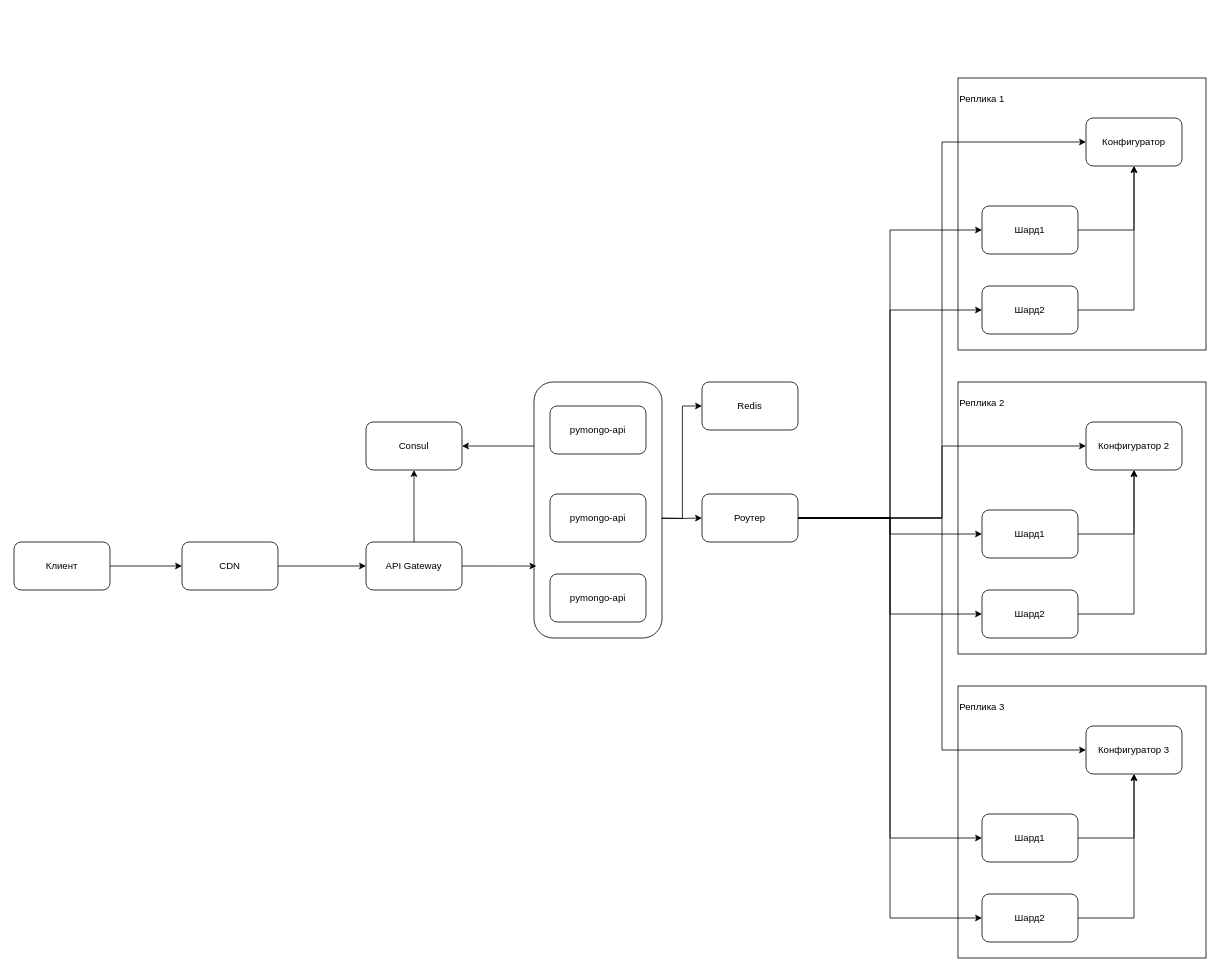
boormistr/yp_sprint2 keeps this draw.io diagram as task6FINAL.drawio. Above is the earlier version. Source tidied: cells renumbered, new cells numbered last; positions are measured from the earlier drawing's top-left corner, leaving out a move shared by most shapes. Both pictures are drawn from the tidied source at 80%, with x=0, y=0 at pixel (14, 78).
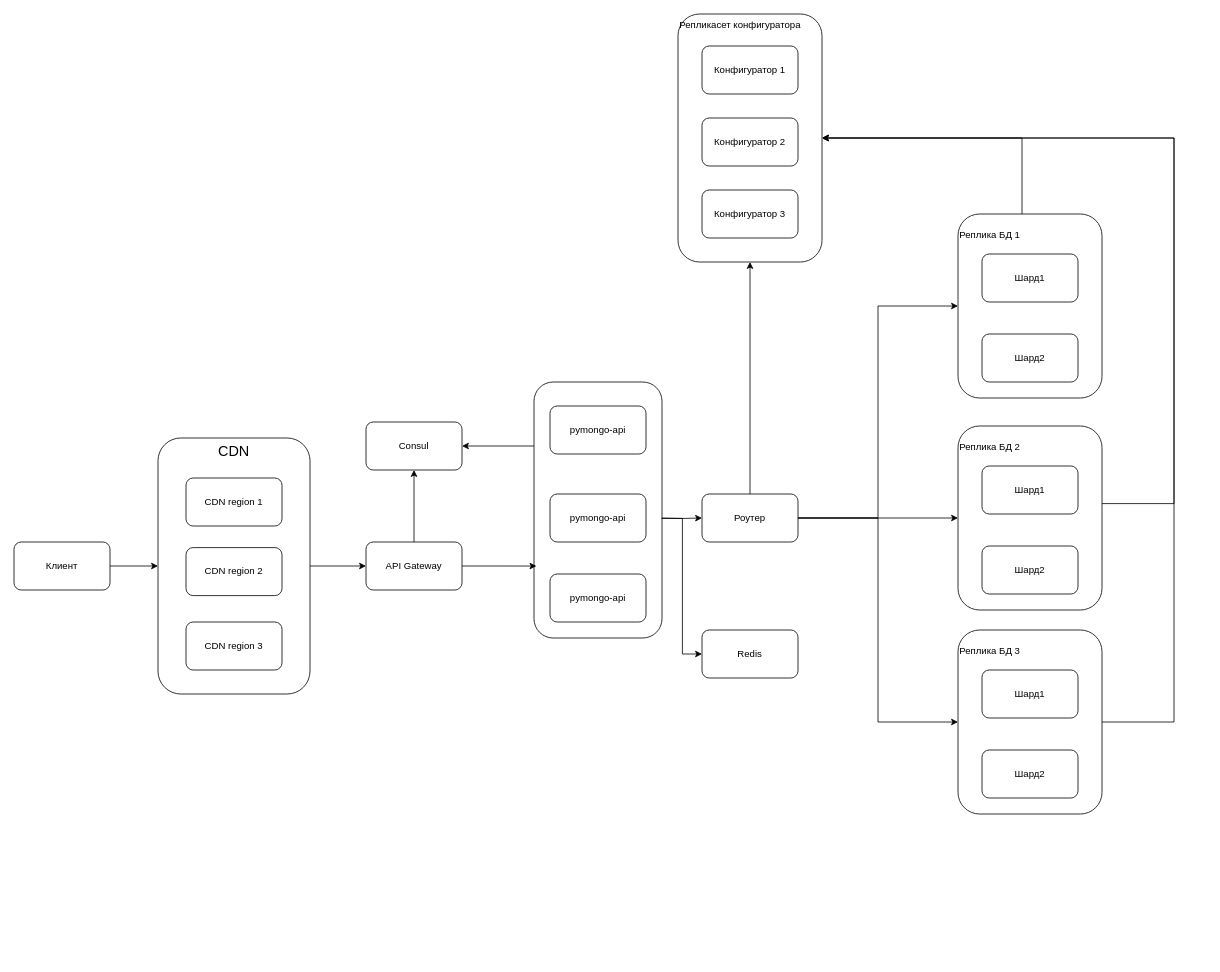
After the change.

The change refers to these unchanged cells:
```xml
<mxCell id="19" value="Роутер" style="rounded=1;whiteSpace=wrap;html=1;" parent="1" vertex="1">
  <mxGeometry x="860" y="520" width="120" height="60" as="geometry" />
</mxCell>
<mxCell id="39" value="API Gateway" style="rounded=1;whiteSpace=wrap;html=1;" parent="1" vertex="1">
  <mxGeometry x="440" y="580" width="120" height="60" as="geometry" />
</mxCell>
<mxCell id="45" value="Клиент" style="rounded=1;whiteSpace=wrap;html=1;" parent="1" vertex="1">
  <mxGeometry y="580" width="120" height="60" as="geometry" />
</mxCell>
```

The edit, as a diff of the source:
```diff
@@
+    <mxCell id="46" value="Репликасет конфигуратора" style="rounded=1;whiteSpace=wrap;html=1;align=left;verticalAlign=top;" parent="1" vertex="1">
+      <mxGeometry x="830" y="-80" width="180" height="310" as="geometry" />
+    </mxCell>
+    <mxCell id="47" style="edgeStyle=orthogonalEdgeStyle;rounded=0;jettySize=auto;html=1;exitX=1;exitY=0.5;exitDx=0;exitDy=0;entryX=0;entryY=0.5;entryDx=0;entryDy=0;" parent="1" edge="1" source="48" target="39">
+      <mxGeometry relative="1" as="geometry" />
+    </mxCell>
+    <mxCell id="48" value="CDN" style="rounded=1;whiteSpace=wrap;html=1;align=center;verticalAlign=top;fontSize=18;" parent="1" vertex="1">
+      <mxGeometry x="180" y="450" width="190" height="320" as="geometry" />
+    </mxCell>
@@
+    <mxCell id="49" style="edgeStyle=orthogonalEdgeStyle;rounded=0;jettySize=auto;html=1;entryX=1;entryY=0.5;entryDx=0;entryDy=0;" parent="1" edge="1" source="4" target="46">
+      <mxGeometry relative="1" as="geometry">
+        <Array as="points">
+          <mxPoint x="1450" y="805" />
+          <mxPoint x="1450" y="75" />
+        </Array>
+      </mxGeometry>
+    </mxCell>
-    <mxCell id="4" value="&lt;p style=&quot;line-height: 120%;&quot;&gt;Реплика 3&lt;/p&gt;" style="rounded=0;whiteSpace=wrap;html=1;align=left;verticalAlign=top;" parent="1" vertex="1">
-      <mxGeometry x="1180" y="760" width="310" height="340" as="geometry" />
+    <mxCell id="4" value="&lt;p style=&quot;line-height: 120%;&quot;&gt;Реплика БД 3&lt;/p&gt;" style="rounded=1;whiteSpace=wrap;html=1;align=left;verticalAlign=top;" parent="1" vertex="1">
+      <mxGeometry x="1180" y="690" width="180" height="230" as="geometry" />
     </mxCell>
+    <mxCell id="50" style="edgeStyle=orthogonalEdgeStyle;rounded=0;jettySize=auto;html=1;entryX=1;entryY=0.5;entryDx=0;entryDy=0;" parent="1" edge="1" source="5" target="46">
+      <mxGeometry relative="1" as="geometry">
+        <Array as="points">
+          <mxPoint x="1450" y="532" />
+          <mxPoint x="1450" y="75" />
+        </Array>
+      </mxGeometry>
+    </mxCell>
-    <mxCell id="5" value="&lt;p style=&quot;line-height: 120%;&quot;&gt;Реплика 2&lt;/p&gt;" style="rounded=0;whiteSpace=wrap;html=1;align=left;verticalAlign=top;" parent="1" vertex="1">
-      <mxGeometry x="1180" y="380" width="310" height="340" as="geometry" />
+    <mxCell id="5" value="&lt;p style=&quot;line-height: 120%;&quot;&gt;Реплика БД 2&lt;/p&gt;" style="rounded=1;whiteSpace=wrap;html=1;align=left;verticalAlign=top;" parent="1" vertex="1">
+      <mxGeometry x="1180" y="435" width="180" height="230" as="geometry" />
     </mxCell>
+    <mxCell id="51" style="edgeStyle=orthogonalEdgeStyle;rounded=0;jettySize=auto;html=1;entryX=1;entryY=0.5;entryDx=0;entryDy=0;" parent="1" edge="1" source="6" target="46">
+      <mxGeometry relative="1" as="geometry">
+        <Array as="points">
+          <mxPoint x="1260" y="75" />
+        </Array>
+      </mxGeometry>
+    </mxCell>
-    <mxCell id="6" value="&lt;p style=&quot;line-height: 120%;&quot;&gt;Реплика 1&lt;/p&gt;" style="rounded=0;whiteSpace=wrap;html=1;align=left;verticalAlign=top;" parent="1" vertex="1">
-      <mxGeometry x="1180" width="310" height="340" as="geometry" />
+    <mxCell id="6" value="&lt;p style=&quot;line-height: 120%;&quot;&gt;Реплика БД 1&lt;/p&gt;" style="rounded=1;whiteSpace=wrap;html=1;align=left;verticalAlign=top;" parent="1" vertex="1">
+      <mxGeometry x="1180" y="170" width="180" height="230" as="geometry" />
     </mxCell>
@@
-    <mxCell id="10" style="edgeStyle=orthogonalEdgeStyle;rounded=0;jettySize=auto;html=1;" parent="1" edge="1" source="19" target="28">
-      <mxGeometry relative="1" as="geometry" />
-    </mxCell>
-    <mxCell id="11" style="edgeStyle=orthogonalEdgeStyle;rounded=0;jettySize=auto;html=1;entryX=0;entryY=0.5;entryDx=0;entryDy=0;" parent="1" edge="1" source="19" target="29">
-      <mxGeometry relative="1" as="geometry" />
-    </mxCell>
-    <mxCell id="12" style="edgeStyle=orthogonalEdgeStyle;rounded=0;jettySize=auto;html=1;entryX=0;entryY=0.5;entryDx=0;entryDy=0;" parent="1" edge="1" source="19" target="26">
-      <mxGeometry relative="1" as="geometry" />
-    </mxCell>
-    <mxCell id="13" style="edgeStyle=orthogonalEdgeStyle;rounded=0;jettySize=auto;html=1;entryX=0;entryY=0.5;entryDx=0;entryDy=0;" parent="1" edge="1" source="19" target="21">
-      <mxGeometry relative="1" as="geometry" />
-    </mxCell>
-    <mxCell id="14" style="edgeStyle=orthogonalEdgeStyle;rounded=0;jettySize=auto;html=1;entryX=0;entryY=0.5;entryDx=0;entryDy=0;" parent="1" edge="1" source="19" target="23">
-      <mxGeometry relative="1" as="geometry" />
-    </mxCell>
-    <mxCell id="15" style="edgeStyle=orthogonalEdgeStyle;rounded=0;jettySize=auto;html=1;entryX=0;entryY=0.5;entryDx=0;entryDy=0;" parent="1" edge="1" source="19" target="24">
-      <mxGeometry relative="1" as="geometry" />
-    </mxCell>
-    <mxCell id="16" style="edgeStyle=orthogonalEdgeStyle;rounded=0;jettySize=auto;html=1;entryX=0;entryY=0.5;entryDx=0;entryDy=0;" parent="1" edge="1" source="19" target="34">
-      <mxGeometry relative="1" as="geometry" />
-    </mxCell>
-    <mxCell id="17" style="edgeStyle=orthogonalEdgeStyle;rounded=0;jettySize=auto;html=1;entryX=0;entryY=0.5;entryDx=0;entryDy=0;" parent="1" edge="1" source="19" target="33">
-      <mxGeometry relative="1" as="geometry" />
-    </mxCell>
-    <mxCell id="18" style="edgeStyle=orthogonalEdgeStyle;rounded=0;jettySize=auto;html=1;entryX=0;entryY=0.5;entryDx=0;entryDy=0;" parent="1" edge="1" source="19" target="31">
-      <mxGeometry relative="1" as="geometry" />
-    </mxCell>
+    <mxCell id="52" style="edgeStyle=orthogonalEdgeStyle;rounded=0;jettySize=auto;html=1;exitX=0.5;exitY=0;exitDx=0;exitDy=0;entryX=0.5;entryY=1;entryDx=0;entryDy=0;" parent="1" edge="1" source="19" target="46">
+      <mxGeometry relative="1" as="geometry" />
+    </mxCell>
+    <mxCell id="53" style="edgeStyle=orthogonalEdgeStyle;rounded=0;jettySize=auto;html=1;entryX=0;entryY=0.5;entryDx=0;entryDy=0;" parent="1" edge="1" source="19" target="6">
+      <mxGeometry relative="1" as="geometry" />
+    </mxCell>
+    <mxCell id="54" style="edgeStyle=orthogonalEdgeStyle;rounded=0;jettySize=auto;html=1;entryX=0;entryY=0.5;entryDx=0;entryDy=0;" parent="1" edge="1" source="19" target="5">
+      <mxGeometry relative="1" as="geometry" />
+    </mxCell>
+    <mxCell id="55" style="edgeStyle=orthogonalEdgeStyle;rounded=0;jettySize=auto;html=1;entryX=0;entryY=0.5;entryDx=0;entryDy=0;" parent="1" edge="1" source="19" target="4">
+      <mxGeometry relative="1" as="geometry" />
+    </mxCell>
@@
-    <mxCell id="20" style="edgeStyle=orthogonalEdgeStyle;rounded=0;jettySize=auto;html=1;" parent="1" edge="1" source="21" target="24">
-      <mxGeometry relative="1" as="geometry" />
-    </mxCell>
     <mxCell id="21" value="Шард2" style="rounded=1;whiteSpace=wrap;html=1;" parent="1" vertex="1">
-      <mxGeometry x="1210" y="260" width="120" height="60" as="geometry" />
+      <mxGeometry x="1210" y="320" width="120" height="60" as="geometry" />
     </mxCell>
-    <mxCell id="22" style="edgeStyle=orthogonalEdgeStyle;rounded=0;jettySize=auto;html=1;entryX=0.5;entryY=1;entryDx=0;entryDy=0;" parent="1" edge="1" source="23" target="24">
-      <mxGeometry relative="1" as="geometry" />
-    </mxCell>
     <mxCell id="23" value="Шард1" style="rounded=1;whiteSpace=wrap;html=1;" parent="1" vertex="1">
-      <mxGeometry x="1210" y="160" width="120" height="60" as="geometry" />
+      <mxGeometry x="1210" y="220" width="120" height="60" as="geometry" />
     </mxCell>
-    <mxCell id="24" value="Конфигуратор" style="rounded=1;whiteSpace=wrap;html=1;" parent="1" vertex="1">
-      <mxGeometry x="1340" y="50" width="120" height="60" as="geometry" />
+    <mxCell id="24" value="Конфигуратор 1" style="rounded=1;whiteSpace=wrap;html=1;" parent="1" vertex="1">
+      <mxGeometry x="860" y="-40" width="120" height="60" as="geometry" />
     </mxCell>
-    <mxCell id="25" style="edgeStyle=orthogonalEdgeStyle;rounded=0;jettySize=auto;html=1;" parent="1" edge="1" source="26" target="29">
-      <mxGeometry relative="1" as="geometry" />
-    </mxCell>
     <mxCell id="26" value="Шард2" style="rounded=1;whiteSpace=wrap;html=1;" parent="1" vertex="1">
-      <mxGeometry x="1210" y="640" width="120" height="60" as="geometry" />
+      <mxGeometry x="1210" y="585" width="120" height="60" as="geometry" />
     </mxCell>
-    <mxCell id="27" style="edgeStyle=orthogonalEdgeStyle;rounded=0;jettySize=auto;html=1;entryX=0.5;entryY=1;entryDx=0;entryDy=0;" parent="1" edge="1" source="28" target="29">
-      <mxGeometry relative="1" as="geometry" />
-    </mxCell>
     <mxCell id="28" value="Шард1" style="rounded=1;whiteSpace=wrap;html=1;" parent="1" vertex="1">
-      <mxGeometry x="1210" y="540" width="120" height="60" as="geometry" />
+      <mxGeometry x="1210" y="485" width="120" height="60" as="geometry" />
     </mxCell>
-    <mxCell id="29" value="Конфигуратор 2" style="rounded=1;whiteSpace=wrap;html=1;" parent="1" vertex="1">
-      <mxGeometry x="1340" y="430" width="120" height="60" as="geometry" />
-    </mxCell>
-    <mxCell id="30" style="edgeStyle=orthogonalEdgeStyle;rounded=0;jettySize=auto;html=1;" parent="1" edge="1" source="31" target="34">
-      <mxGeometry relative="1" as="geometry" />
-    </mxCell>
     <mxCell id="31" value="Шард2" style="rounded=1;whiteSpace=wrap;html=1;" parent="1" vertex="1">
-      <mxGeometry x="1210" y="1020" width="120" height="60" as="geometry" />
+      <mxGeometry x="1210" y="840" width="120" height="60" as="geometry" />
     </mxCell>
-    <mxCell id="32" style="edgeStyle=orthogonalEdgeStyle;rounded=0;jettySize=auto;html=1;entryX=0.5;entryY=1;entryDx=0;entryDy=0;" parent="1" edge="1" source="33" target="34">
-      <mxGeometry relative="1" as="geometry" />
-    </mxCell>
     <mxCell id="33" value="Шард1" style="rounded=1;whiteSpace=wrap;html=1;" parent="1" vertex="1">
-      <mxGeometry x="1210" y="920" width="120" height="60" as="geometry" />
+      <mxGeometry x="1210" y="740" width="120" height="60" as="geometry" />
     </mxCell>
-    <mxCell id="34" value="Конфигуратор 3" style="rounded=1;whiteSpace=wrap;html=1;" parent="1" vertex="1">
-      <mxGeometry x="1340" y="810" width="120" height="60" as="geometry" />
-    </mxCell>
     <mxCell id="35" value="Redis" style="rounded=1;whiteSpace=wrap;html=1;" parent="1" vertex="1">
-      <mxGeometry x="860" y="380" width="120" height="60" as="geometry" />
+      <mxGeometry x="860" y="690" width="120" height="60" as="geometry" />
     </mxCell>
@@
-    <mxCell id="42" style="edgeStyle=orthogonalEdgeStyle;rounded=0;jettySize=auto;html=1;entryX=0;entryY=0.5;entryDx=0;entryDy=0;" parent="1" edge="1" source="43" target="39">
-      <mxGeometry relative="1" as="geometry" />
-    </mxCell>
-    <mxCell id="43" value="CDN" style="rounded=1;whiteSpace=wrap;html=1;" parent="1" vertex="1">
-      <mxGeometry x="210" y="580" width="120" height="60" as="geometry" />
+    <mxCell id="43" value="CDN region 1" style="rounded=1;whiteSpace=wrap;html=1;" parent="1" vertex="1">
+      <mxGeometry x="215" y="500" width="120" height="60" as="geometry" />
     </mxCell>
-    <mxCell id="44" style="edgeStyle=orthogonalEdgeStyle;rounded=0;jettySize=auto;html=1;entryX=0;entryY=0.5;entryDx=0;entryDy=0;" parent="1" edge="1" source="45" target="43">
-      <mxGeometry relative="1" as="geometry" />
-    </mxCell>
+    <mxCell id="56" style="edgeStyle=orthogonalEdgeStyle;rounded=0;jettySize=auto;html=1;exitX=1;exitY=0.5;exitDx=0;exitDy=0;" parent="1" edge="1" source="45" target="48">
+      <mxGeometry relative="1" as="geometry" />
+    </mxCell>
@@
+    <mxCell id="57" value="CDN region 2" style="rounded=1;whiteSpace=wrap;html=1;" parent="1" vertex="1">
+      <mxGeometry x="215" y="587" width="120" height="60" as="geometry" />
+    </mxCell>
+    <mxCell id="58" value="CDN region 3" style="rounded=1;whiteSpace=wrap;html=1;" parent="1" vertex="1">
+      <mxGeometry x="215" y="680" width="120" height="60" as="geometry" />
+    </mxCell>
+    <mxCell id="29" value="Конфигуратор 2" style="rounded=1;whiteSpace=wrap;html=1;" parent="1" vertex="1">
+      <mxGeometry x="860" y="50" width="120" height="60" as="geometry" />
+    </mxCell>
+    <mxCell id="34" value="Конфигуратор 3" style="rounded=1;whiteSpace=wrap;html=1;" parent="1" vertex="1">
+      <mxGeometry x="860" y="140" width="120" height="60" as="geometry" />
+    </mxCell>
```
